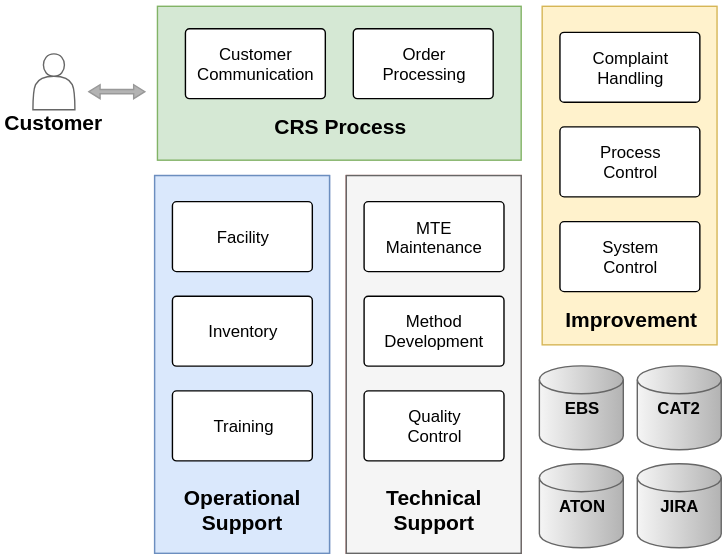
Before: CRS Processes.svg, a diagram exported from draw.io (Haori/test-one). Source tidied: cells renumbered, new cells last; positions are measured from the earlier drawing's top-left corner, leaving out a move shared by most shapes.
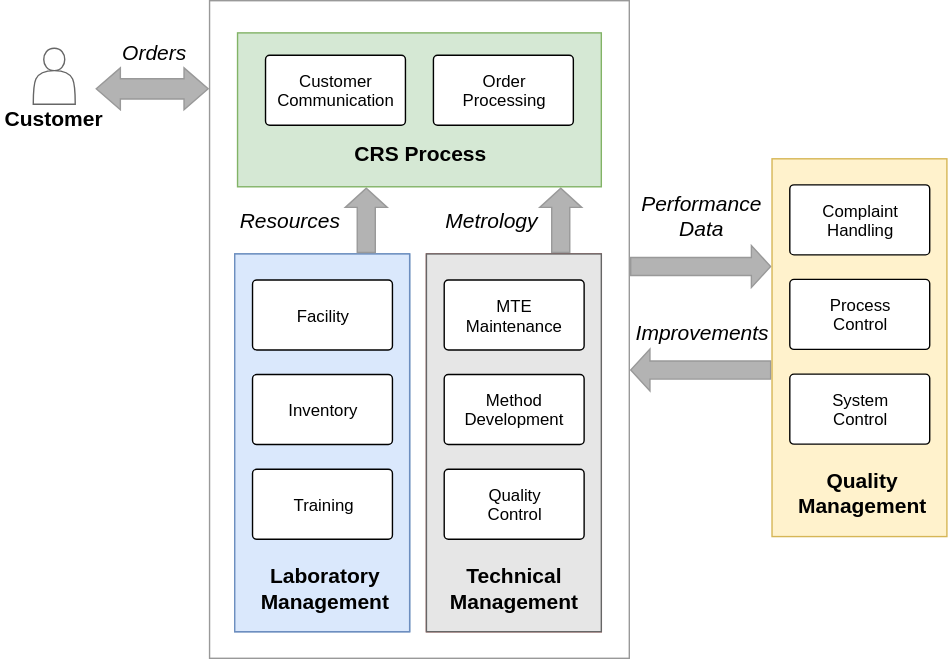
The same file after the commit.

Diff of the diagram source:
```diff
@@ -2,104 +2,113 @@
   <root>
     <mxCell id="0" />
     <mxCell id="1" parent="0" />
-    <mxCell id="2" style="group;" parent="1" vertex="1">
-      <mxGeometry x="247" y="125" width="125" height="270" as="geometry" />
-    </mxCell>
-    <mxCell id="3" style="group;fillColor=#f8cecc;strokeColor=#b85450;" parent="2" vertex="1">
-      <mxGeometry width="125" height="270" as="geometry" />
-    </mxCell>
-    <mxCell id="4" style="whiteSpace=wrap;html=1;fillColor=#f5f5f5;strokeColor=#666666;direction=south;" parent="2" vertex="1">
-      <mxGeometry width="125" height="270" as="geometry" />
-    </mxCell>
+    <mxCell id="35" style="whiteSpace=wrap;html=1;strokeColor=#999999;strokeWidth=1;fillColor=none;gradientColor=none;fontSize=15;" parent="1" vertex="1">
+      <mxGeometry x="92" y="-18" width="300" height="470" as="geometry" />
+    </mxCell>
+    <mxCell id="36" style="group;" parent="1" vertex="1">
+      <mxGeometry x="110" y="163" width="125" height="270" as="geometry" />
+    </mxCell>
+    <mxCell id="10" style="group;fillColor=#dae8fc;strokeColor=#6c8ebf;" parent="36" vertex="1">
+      <mxGeometry width="125" height="270" as="geometry" />
+    </mxCell>
+    <mxCell id="18" style="whiteSpace=wrap;html=1;fillColor=#dae8fc;strokeColor=#6c8ebf;direction=south;" parent="36" vertex="1">
+      <mxGeometry width="125" height="270" as="geometry" />
+    </mxCell>
+    <mxCell id="12" value="Facility" style="strokeWidth=1;html=1;shape=mxgraph.flowchart.process;whiteSpace=wrap;" parent="36" vertex="1">
+      <mxGeometry x="12.7" y="18.6" width="100" height="50" as="geometry" />
+    </mxCell>
+    <mxCell id="22" value="Training" style="strokeWidth=1;html=1;shape=mxgraph.flowchart.process;whiteSpace=wrap;" parent="36" vertex="1">
+      <mxGeometry x="12.7" y="153.9" width="100" height="50" as="geometry" />
+    </mxCell>
+    <mxCell id="14" value="Inventory" style="strokeWidth=1;html=1;shape=mxgraph.flowchart.process;whiteSpace=wrap;direction=west;" parent="36" vertex="1">
+      <mxGeometry x="12.7" y="86.2" width="100" height="50" as="geometry" />
+    </mxCell>
+    <mxCell id="37" value="&lt;font style=&quot;font-size: 15px&quot;&gt;&lt;b&gt;Laboratory&lt;/b&gt;&lt;/font&gt;&lt;div&gt;&lt;font style=&quot;font-size: 15px&quot;&gt;&lt;b&gt;Management&lt;/b&gt;&lt;/font&gt;&lt;/div&gt;" style="text;html=1;strokeColor=none;fillColor=none;align=center;verticalAlign=middle;whiteSpace=wrap;" parent="36" vertex="1">
+      <mxGeometry x="13" y="219" width="100" height="40" as="geometry" />
+    </mxCell>
+    <mxCell id="38" value="&lt;i&gt;Resources&lt;/i&gt;" style="verticalLabelPosition=middle;verticalAlign=middle;html=1;strokeWidth=1;shape=mxgraph.arrows2.arrow;dy=0.57;dx=13.75;notch=0;fillColor=#B3B3B3;gradientColor=none;fontSize=15;direction=north;labelPosition=left;align=right;strokeColor=#999999;" parent="1" vertex="1">
+      <mxGeometry x="189" y="116" width="30" height="46" as="geometry" />
+    </mxCell>
+    <mxCell id="39" value="&lt;i&gt;Metrology&lt;/i&gt;" style="verticalLabelPosition=middle;verticalAlign=middle;html=1;strokeWidth=1;shape=mxgraph.arrows2.arrow;dy=0.57;dx=13.75;notch=0;fillColor=#B3B3B3;gradientColor=none;fontSize=15;direction=north;labelPosition=left;align=right;strokeColor=#999999;" parent="1" vertex="1">
+      <mxGeometry x="328" y="116" width="30" height="46" as="geometry" />
+    </mxCell>
+    <mxCell id="40" value="&lt;i&gt;&lt;font style=&quot;font-size: 15px&quot;&gt;Improvements&lt;/font&gt;&lt;/i&gt;" style="verticalLabelPosition=top;verticalAlign=bottom;html=1;strokeWidth=1;shape=mxgraph.arrows2.arrow;dy=0.57;dx=13.75;notch=0;fillColor=#B3B3B3;gradientColor=none;fontSize=15;direction=west;labelPosition=center;align=center;strokeColor=#999999;" parent="1" vertex="1">
+      <mxGeometry x="393" y="231" width="100" height="30" as="geometry" />
+    </mxCell>
+    <mxCell id="41" value="&lt;i&gt;&lt;font style=&quot;font-size: 15px&quot;&gt;Performance&lt;/font&gt;&lt;/i&gt;&lt;div&gt;&lt;i&gt;&lt;font style=&quot;font-size: 15px&quot;&gt;Data&lt;/font&gt;&lt;/i&gt;&lt;/div&gt;" style="verticalLabelPosition=top;verticalAlign=bottom;html=1;strokeWidth=1;shape=mxgraph.arrows2.arrow;dy=0.57;dx=13.75;notch=0;fillColor=#B3B3B3;gradientColor=none;fontSize=15;direction=east;labelPosition=center;align=center;strokeColor=#999999;" parent="1" vertex="1">
+      <mxGeometry x="393" y="157" width="100" height="30" as="geometry" />
+    </mxCell>
+    <mxCell id="42" style="group;" parent="1" vertex="1">
+      <mxGeometry x="112" y="5" width="260" height="110" as="geometry" />
+    </mxCell>
+    <mxCell id="43" style="whiteSpace=wrap;html=1;fillColor=#d5e8d4;strokeColor=#82b366;fontStyle=4;" parent="42" vertex="1">
+      <mxGeometry width="260" height="110" as="geometry" />
+    </mxCell>
+    <mxCell id="44" value="Order&lt;div&gt;&lt;span&gt;Processing&lt;/span&gt;&lt;/div&gt;" style="strokeWidth=1;html=1;shape=mxgraph.flowchart.process;whiteSpace=wrap;fillColor=#ffffff;strokeColor=#000000;gradientDirection=east;fontStyle=0;" parent="42" vertex="1">
+      <mxGeometry x="140" y="16" width="100" height="50" as="geometry" />
+    </mxCell>
+    <mxCell id="45" value="Customer&lt;div&gt;Communication&lt;/div&gt;" style="strokeWidth=1;html=1;shape=mxgraph.flowchart.process;whiteSpace=wrap;fillColor=#ffffff;strokeColor=#000000;gradientDirection=east;fontStyle=0;" parent="42" vertex="1">
+      <mxGeometry x="20" y="16" width="100" height="50" as="geometry" />
+    </mxCell>
+    <mxCell id="17" value="&lt;font style=&quot;font-size: 15px&quot;&gt;&lt;b&gt;CRS Process&lt;/b&gt;&lt;/font&gt;" style="text;html=1;strokeColor=none;fillColor=none;align=center;verticalAlign=middle;whiteSpace=wrap;" parent="42" vertex="1">
+      <mxGeometry x="75" y="76" width="110" height="20" as="geometry" />
+    </mxCell>
+    <mxCell id="46" style="group;fillColor=#f8cecc;strokeColor=#b85450;" parent="1" vertex="1">
+      <mxGeometry x="247" y="163" width="125" height="270" as="geometry" />
+    </mxCell>
+    <mxCell id="47" style="group;" parent="1" vertex="1">
+      <mxGeometry x="-57" y="8" width="148" height="67" as="geometry" />
+    </mxCell>
+    <mxCell id="48" style="shape=doubleArrow;whiteSpace=wrap;html=1;strokeWidth=1;fillColor=#B3B3B3;gradientColor=none;fontSize=15;strokeColor=#999999;arrowWidth=0.48333333333333334;arrowSize=0.215625;" parent="47" vertex="1">
+      <mxGeometry x="68" y="22" width="80" height="30" as="geometry" />
+    </mxCell>
+    <mxCell id="49" style="group;" parent="47" vertex="1">
+      <mxGeometry y="8" width="75" height="59" as="geometry" />
+    </mxCell>
+    <mxCell id="33" style="shape=actor;whiteSpace=wrap;html=1;strokeWidth=1;fillColor=none;strokeColor=#666666;gradientColor=none;gradientDirection=east;" parent="49" vertex="1">
+      <mxGeometry x="23" width="30" height="40" as="geometry" />
+    </mxCell>
+    <mxCell id="34" value="&lt;font style=&quot;font-size: 15px&quot;&gt;Customer&lt;/font&gt;" style="text;html=1;strokeColor=none;fillColor=none;align=center;verticalAlign=middle;whiteSpace=wrap;fontStyle=1;fontSize=15;" parent="49" vertex="1">
+      <mxGeometry y="40" width="75" height="20" as="geometry" />
+    </mxCell>
+    <mxCell id="50" value="&lt;i&gt;Orders&lt;/i&gt;" style="text;html=1;align=left;verticalAlign=top;spacingTop=-4;fontSize=15;" parent="47" vertex="1">
+      <mxGeometry x="85" width="60" height="20" as="geometry" />
+    </mxCell>
+    <mxCell id="51" style="group;" parent="1" vertex="1">
+      <mxGeometry x="494" y="95" width="125" height="270" as="geometry" />
+    </mxCell>
+    <mxCell id="52" style="whiteSpace=wrap;html=1;fillColor=#fff2cc;strokeColor=#d6b656;direction=south;" parent="51" vertex="1">
+      <mxGeometry width="125" height="270" as="geometry" />
+    </mxCell>
+    <mxCell id="19" value="Complaint&lt;div&gt;Handling&lt;/div&gt;" style="strokeWidth=1;html=1;shape=mxgraph.flowchart.process;whiteSpace=wrap;" parent="51" vertex="1">
+      <mxGeometry x="12.7" y="18.6" width="100" height="50" as="geometry" />
+    </mxCell>
+    <mxCell id="28" value="System&lt;div&gt;Control&lt;/div&gt;" style="strokeWidth=1;html=1;shape=mxgraph.flowchart.process;whiteSpace=wrap;" parent="51" vertex="1">
+      <mxGeometry x="12.7" y="153.9" width="100" height="50" as="geometry" />
+    </mxCell>
+    <mxCell id="29" value="Process&lt;div&gt;Control&lt;/div&gt;" style="strokeWidth=1;html=1;shape=mxgraph.flowchart.process;whiteSpace=wrap;direction=west;" parent="51" vertex="1">
+      <mxGeometry x="12.7" y="86.2" width="100" height="50" as="geometry" />
+    </mxCell>
+    <mxCell id="20" value="&lt;font style=&quot;font-size: 15px&quot;&gt;&lt;b&gt;Quality&lt;/b&gt;&lt;/font&gt;&lt;div&gt;&lt;font style=&quot;font-size: 15px&quot;&gt;&lt;b&gt;Management&lt;/b&gt;&lt;/font&gt;&lt;/div&gt;" style="text;html=1;strokeColor=none;fillColor=none;align=center;verticalAlign=middle;whiteSpace=wrap;" parent="51" vertex="1">
+      <mxGeometry x="13" y="219" width="100" height="40" as="geometry" />
+    </mxCell>
+    <mxCell id="53" style="group;" parent="1" vertex="1">
+      <mxGeometry x="247" y="163" width="125" height="270" as="geometry" />
+    </mxCell>
+    <mxCell id="54" style="whiteSpace=wrap;html=1;fillColor=#E6E6E6;strokeColor=#666666;direction=south;" parent="53" vertex="1">
+      <mxGeometry width="125" height="270" as="geometry" />
+    </mxCell>
-    <mxCell id="5" value="MTE&lt;div&gt;Maintenance&lt;/div&gt;" style="strokeWidth=1;html=1;shape=mxgraph.flowchart.process;whiteSpace=wrap;" parent="2" vertex="1">
+    <mxCell id="5" value="MTE&lt;div&gt;Maintenance&lt;/div&gt;" style="strokeWidth=1;html=1;shape=mxgraph.flowchart.process;whiteSpace=wrap;" parent="53" vertex="1">
       <mxGeometry x="12.7" y="18.6" width="100" height="50" as="geometry" />
     </mxCell>
-    <mxCell id="6" value="Quality&lt;div&gt;Control&lt;/div&gt;" style="strokeWidth=1;html=1;shape=mxgraph.flowchart.process;whiteSpace=wrap;" parent="2" vertex="1">
+    <mxCell id="6" value="Quality&lt;div&gt;Control&lt;/div&gt;" style="strokeWidth=1;html=1;shape=mxgraph.flowchart.process;whiteSpace=wrap;" parent="53" vertex="1">
       <mxGeometry x="12.7" y="153.9" width="100" height="50" as="geometry" />
     </mxCell>
-    <mxCell id="7" value="Method&lt;div&gt;Development&lt;/div&gt;" style="strokeWidth=1;html=1;shape=mxgraph.flowchart.process;whiteSpace=wrap;direction=west;" parent="2" vertex="1">
+    <mxCell id="7" value="Method&lt;div&gt;Development&lt;/div&gt;" style="strokeWidth=1;html=1;shape=mxgraph.flowchart.process;whiteSpace=wrap;direction=west;" parent="53" vertex="1">
       <mxGeometry x="12.7" y="86.2" width="100" height="50" as="geometry" />
     </mxCell>
-    <mxCell id="8" value="&lt;font style=&quot;font-size: 15px&quot;&gt;&lt;b&gt;Technical Support&lt;/b&gt;&lt;/font&gt;" style="text;html=1;strokeColor=none;fillColor=none;align=center;verticalAlign=middle;whiteSpace=wrap;" parent="2" vertex="1">
-      <mxGeometry x="13" y="219" width="100" height="40" as="geometry" />
-    </mxCell>
-    <mxCell id="9" style="group;" parent="1" vertex="1">
-      <mxGeometry x="110" y="125" width="125" height="270" as="geometry" />
-    </mxCell>
-    <mxCell id="10" style="group;fillColor=#dae8fc;strokeColor=#6c8ebf;" parent="9" vertex="1">
-      <mxGeometry width="125" height="270" as="geometry" />
-    </mxCell>
-    <mxCell id="11" style="whiteSpace=wrap;html=1;fillColor=#dae8fc;strokeColor=#6c8ebf;direction=south;" parent="9" vertex="1">
-      <mxGeometry width="125" height="270" as="geometry" />
-    </mxCell>
-    <mxCell id="12" value="Facility" style="strokeWidth=1;html=1;shape=mxgraph.flowchart.process;whiteSpace=wrap;" parent="9" vertex="1">
-      <mxGeometry x="12.7" y="18.6" width="100" height="50" as="geometry" />
-    </mxCell>
-    <mxCell id="13" value="Training" style="strokeWidth=1;html=1;shape=mxgraph.flowchart.process;whiteSpace=wrap;" parent="9" vertex="1">
-      <mxGeometry x="12.7" y="153.9" width="100" height="50" as="geometry" />
-    </mxCell>
-    <mxCell id="14" value="Inventory" style="strokeWidth=1;html=1;shape=mxgraph.flowchart.process;whiteSpace=wrap;direction=west;" parent="9" vertex="1">
-      <mxGeometry x="12.7" y="86.2" width="100" height="50" as="geometry" />
-    </mxCell>
-    <mxCell id="15" value="&lt;font style=&quot;font-size: 15px&quot;&gt;&lt;b&gt;Operational Support&lt;/b&gt;&lt;/font&gt;" style="text;html=1;strokeColor=none;fillColor=none;align=center;verticalAlign=middle;whiteSpace=wrap;" parent="9" vertex="1">
-      <mxGeometry x="13" y="219" width="100" height="40" as="geometry" />
-    </mxCell>
-    <mxCell id="16" style="group;" parent="1" vertex="1">
-      <mxGeometry x="112" width="260" height="110" as="geometry" />
-    </mxCell>
-    <mxCell id="17" style="whiteSpace=wrap;html=1;fillColor=#d5e8d4;strokeColor=#82b366;fontStyle=4;" parent="16" vertex="1">
-      <mxGeometry y="4" width="260" height="110" as="geometry" />
-    </mxCell>
-    <mxCell id="18" value="Order&lt;div&gt;&lt;span&gt;Processing&lt;/span&gt;&lt;/div&gt;" style="strokeWidth=1;html=1;shape=mxgraph.flowchart.process;whiteSpace=wrap;fillColor=#ffffff;strokeColor=#000000;gradientDirection=east;fontStyle=0;" parent="16" vertex="1">
-      <mxGeometry x="140" y="20" width="100" height="50" as="geometry" />
-    </mxCell>
-    <mxCell id="19" value="Customer&lt;div&gt;Communication&lt;/div&gt;" style="strokeWidth=1;html=1;shape=mxgraph.flowchart.process;whiteSpace=wrap;fillColor=#ffffff;strokeColor=#000000;gradientDirection=east;fontStyle=0;" parent="16" vertex="1">
-      <mxGeometry x="20" y="20" width="100" height="50" as="geometry" />
-    </mxCell>
-    <mxCell id="20" value="&lt;font style=&quot;font-size: 15px&quot;&gt;&lt;b&gt;CRS Process&lt;/b&gt;&lt;/font&gt;" style="text;html=1;strokeColor=none;fillColor=none;align=center;verticalAlign=middle;whiteSpace=wrap;" parent="16" vertex="1">
-      <mxGeometry x="75" y="80" width="110" height="20" as="geometry" />
-    </mxCell>
-    <mxCell id="21" style="group;" parent="1" vertex="1">
-      <mxGeometry x="385" y="261" width="130" height="130" as="geometry" />
-    </mxCell>
-    <mxCell id="22" value="EBS" style="strokeWidth=1;html=1;shape=mxgraph.flowchart.database;whiteSpace=wrap;fillColor=#f5f5f5;strokeColor=#666666;gradientColor=#b3b3b3;gradientDirection=east;fontStyle=1;" parent="21" vertex="1">
-      <mxGeometry width="60" height="60" as="geometry" />
-    </mxCell>
-    <mxCell id="23" value="JIRA" style="strokeWidth=1;html=1;shape=mxgraph.flowchart.database;whiteSpace=wrap;fillColor=#f5f5f5;strokeColor=#666666;gradientColor=#b3b3b3;gradientDirection=east;fontStyle=1;" parent="21" vertex="1">
-      <mxGeometry x="70" y="70" width="60" height="60" as="geometry" />
+    <mxCell id="23" value="&lt;font style=&quot;font-size: 15px&quot;&gt;&lt;b&gt;Technical Management&lt;/b&gt;&lt;/font&gt;" style="text;html=1;strokeColor=none;fillColor=none;align=center;verticalAlign=middle;whiteSpace=wrap;" parent="53" vertex="1">
+      <mxGeometry x="13" y="219" width="100" height="40" as="geometry" />
     </mxCell>
-    <mxCell id="24" value="CAT2" style="strokeWidth=1;html=1;shape=mxgraph.flowchart.database;whiteSpace=wrap;fillColor=#f5f5f5;strokeColor=#666666;gradientColor=#b3b3b3;gradientDirection=east;fontStyle=1;" parent="21" vertex="1">
-      <mxGeometry x="70" width="60" height="60" as="geometry" />
-    </mxCell>
-    <mxCell id="25" value="ATON" style="strokeWidth=1;html=1;shape=mxgraph.flowchart.database;whiteSpace=wrap;fillColor=#f5f5f5;strokeColor=#666666;gradientColor=#b3b3b3;gradientDirection=east;fontStyle=1;" parent="21" vertex="1">
-      <mxGeometry y="70" width="60" height="60" as="geometry" />
-    </mxCell>
-    <mxCell id="26" style="whiteSpace=wrap;html=1;fillColor=#fff2cc;strokeColor=#d6b656;direction=south;" parent="1" vertex="1">
-      <mxGeometry x="387" y="4" width="125" height="242" as="geometry" />
-    </mxCell>
-    <mxCell id="27" value="Complaint&lt;div&gt;Handling&lt;/div&gt;" style="strokeWidth=1;html=1;shape=mxgraph.flowchart.process;whiteSpace=wrap;" parent="1" vertex="1">
-      <mxGeometry x="399.7" y="22.6" width="100" height="50" as="geometry" />
-    </mxCell>
-    <mxCell id="28" value="&lt;span&gt;System&lt;/span&gt;&lt;div&gt;&lt;span&gt;Control&lt;/span&gt;&lt;/div&gt;" style="strokeWidth=1;html=1;shape=mxgraph.flowchart.process;whiteSpace=wrap;" parent="1" vertex="1">
-      <mxGeometry x="399.7" y="157.9" width="100" height="50" as="geometry" />
-    </mxCell>
-    <mxCell id="29" value="Process&lt;div&gt;Control&lt;/div&gt;" style="strokeWidth=1;html=1;shape=mxgraph.flowchart.process;whiteSpace=wrap;direction=west;" parent="1" vertex="1">
-      <mxGeometry x="399.7" y="90.2" width="100" height="50" as="geometry" />
-    </mxCell>
-    <mxCell id="30" value="&lt;b style=&quot;font-size: 15px&quot;&gt;Improvement&lt;/b&gt;" style="text;html=1;strokeColor=none;fillColor=none;align=center;verticalAlign=middle;whiteSpace=wrap;" parent="1" vertex="1">
-      <mxGeometry x="400" y="208" width="100" height="40" as="geometry" />
-    </mxCell>
-    <mxCell id="31" style="shape=doubleArrow;whiteSpace=wrap;html=1;strokeWidth=1;fillColor=#B3B3B3;gradientColor=none;fontSize=15;strokeColor=#999999;" parent="1" vertex="1">
-      <mxGeometry x="63" y="60" width="40" height="10" as="geometry" />
-    </mxCell>
-    <mxCell id="32" style="group;" parent="1" vertex="1">
-      <mxGeometry y="38" width="75" height="59" as="geometry" />
-    </mxCell>
-    <mxCell id="33" style="shape=actor;whiteSpace=wrap;html=1;strokeWidth=1;fillColor=none;strokeColor=#666666;gradientColor=none;gradientDirection=east;" parent="32" vertex="1">
-      <mxGeometry x="23" width="30" height="40" as="geometry" />
-    </mxCell>
-    <mxCell id="34" value="&lt;font style=&quot;font-size: 15px&quot;&gt;Customer&lt;/font&gt;" style="text;html=1;strokeColor=none;fillColor=none;align=center;verticalAlign=middle;whiteSpace=wrap;fontStyle=1;fontSize=15;" parent="32" vertex="1">
-      <mxGeometry y="39" width="75" height="20" as="geometry" />
-    </mxCell>
   </root>
 </mxGraphModel>
```
